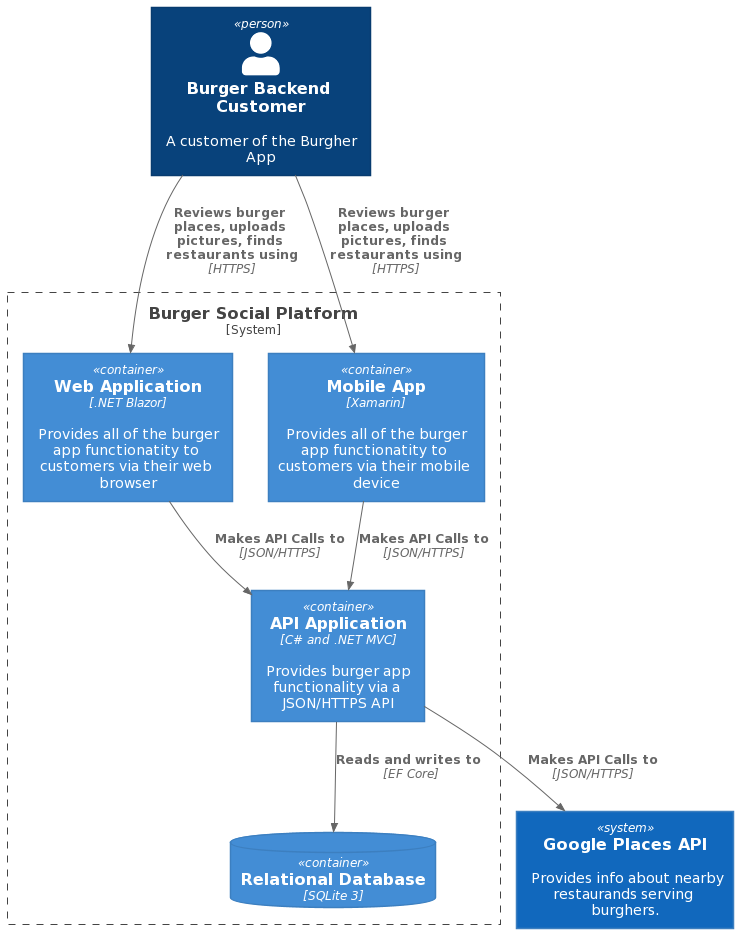
DanielRailean/BurgerStudyCase keeps this PlantUML diagram as c4/container.png. Above is the earlier version.
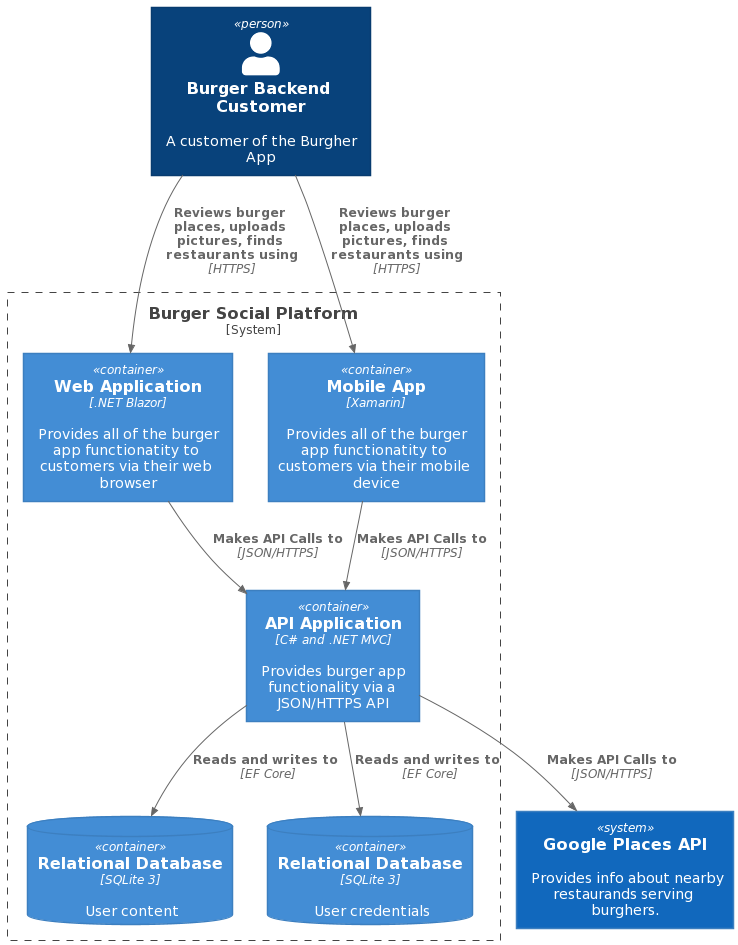
The same file after the commit.

Commit message:
Finished component diagram

Change to the diagram source:
```diff
@@ -8,7 +8,8 @@
     Container(burgerApp, "Web Application", ".NET Blazor","Provides all of the burger app functionatity to customers via their web browser")
     Container(burgerMobile, "Mobile App", "Xamarin","Provides all of the burger app functionatity to customers via their mobile device")
     Container(burgerAPI, "API Application", "C# and .NET MVC","Provides burger app functionality via a JSON/HTTPS API")
-    ContainerDb(burgerDB, "Relational Database", "SQLite 3")
+    ContainerDb(burgerDB, "Relational Database", "SQLite 3","User content")
+    ContainerDb(userDB, "Relational Database", "SQLite 3","User credentials")
 }
 
 System(googleAPI,"Google Places API", "Provides info about nearby restaurands serving burghers." )
@@ -20,5 +21,7 @@
 Rel(burgerMobile, burgerAPI, "Makes API Calls to","JSON/HTTPS")
 
 Rel(burgerAPI,burgerDB ,"Reads and writes to ","EF Core")
+Rel(burgerAPI,userDB ,"Reads and writes to ","EF Core")
+
 Rel(burgerAPI, googleAPI ,"Makes API Calls to","JSON/HTTPS")
 @enduml
```
